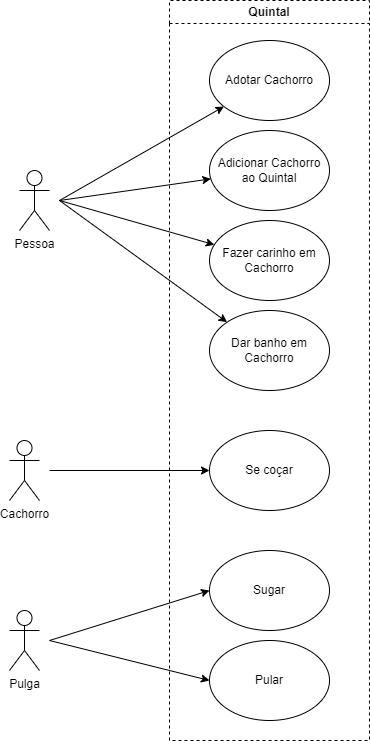
Above: Engenharia de Software/pulgas/docs/pulgas_use_cases.png in paulo-granthon/bertoti (draw.io), before the change. Source tidied: cells renumbered, new cells last; positions are measured from the earlier drawing's top-left corner, leaving out a move shared by most shapes. Source of this version:
```xml
<mxGraphModel>
  <root>
    <mxCell id="0" />
    <mxCell id="1" parent="0" />
    <mxCell id="2" value="Adotar Cachorro" style="ellipse;whiteSpace=wrap;html=1;" parent="1" vertex="1">
      <mxGeometry x="200" y="40" width="120" height="80" as="geometry" />
    </mxCell>
    <mxCell id="3" value="Adicionar Cachorro ao Quintal" style="ellipse;whiteSpace=wrap;html=1;" parent="1" vertex="1">
      <mxGeometry x="200" y="130" width="120" height="80" as="geometry" />
    </mxCell>
    <mxCell id="4" value="Fazer carinho em Cachorro" style="ellipse;whiteSpace=wrap;html=1;" parent="1" vertex="1">
      <mxGeometry x="200" y="220" width="120" height="80" as="geometry" />
    </mxCell>
    <mxCell id="5" value="Dar banho em Cachorro" style="ellipse;whiteSpace=wrap;html=1;" parent="1" vertex="1">
      <mxGeometry x="200" y="310" width="120" height="80" as="geometry" />
    </mxCell>
    <mxCell id="6" value="Se coçar" style="ellipse;whiteSpace=wrap;html=1;" parent="1" vertex="1">
      <mxGeometry x="200" y="430" width="120" height="80" as="geometry" />
    </mxCell>
    <mxCell id="7" value="Sugar" style="ellipse;whiteSpace=wrap;html=1;" parent="1" vertex="1">
      <mxGeometry x="200" y="550" width="120" height="80" as="geometry" />
    </mxCell>
    <mxCell id="8" value="Pular" style="ellipse;whiteSpace=wrap;html=1;" parent="1" vertex="1">
      <mxGeometry x="200" y="640" width="120" height="80" as="geometry" />
    </mxCell>
    <mxCell id="9" value="Pessoa" style="shape=umlActor;verticalLabelPosition=bottom;verticalAlign=top;html=1;" parent="1" vertex="1">
      <mxGeometry x="10" y="170" width="30" height="60" as="geometry" />
    </mxCell>
    <mxCell id="10" value="Cachorro" style="shape=umlActor;verticalLabelPosition=bottom;verticalAlign=top;html=1;" parent="1" vertex="1">
      <mxGeometry y="440" width="30" height="60" as="geometry" />
    </mxCell>
    <mxCell id="11" value="Pulga" style="shape=umlActor;verticalLabelPosition=bottom;verticalAlign=top;html=1;" parent="1" vertex="1">
      <mxGeometry y="610" width="30" height="60" as="geometry" />
    </mxCell>
    <mxCell id="12" style="endArrow=classic;html=1;rounded=0;entryX=0;entryY=0.5;entryDx=0;entryDy=0;" parent="1" edge="1" target="7">
      <mxGeometry relative="1" as="geometry">
        <mxPoint x="40" y="640" as="sourcePoint" />
      </mxGeometry>
    </mxCell>
    <mxCell id="13" style="endArrow=classic;html=1;rounded=0;entryX=0;entryY=0.5;entryDx=0;entryDy=0;" parent="1" edge="1" target="8">
      <mxGeometry relative="1" as="geometry">
        <mxPoint x="40" y="640" as="sourcePoint" />
      </mxGeometry>
    </mxCell>
    <mxCell id="14" style="endArrow=classic;html=1;rounded=0;" parent="1" edge="1" target="6">
      <mxGeometry relative="1" as="geometry">
        <mxPoint x="40" y="470" as="sourcePoint" />
      </mxGeometry>
    </mxCell>
    <mxCell id="15" style="endArrow=classic;html=1;rounded=0;" parent="1" edge="1" target="2">
      <mxGeometry relative="1" as="geometry">
        <mxPoint x="50" y="200" as="sourcePoint" />
      </mxGeometry>
    </mxCell>
    <mxCell id="16" style="endArrow=classic;html=1;rounded=0;" parent="1" edge="1" target="3">
      <mxGeometry relative="1" as="geometry">
        <mxPoint x="50" y="200" as="sourcePoint" />
      </mxGeometry>
    </mxCell>
    <mxCell id="17" style="endArrow=classic;html=1;rounded=0;" parent="1" edge="1" target="4">
      <mxGeometry relative="1" as="geometry">
        <mxPoint x="50" y="200" as="sourcePoint" />
      </mxGeometry>
    </mxCell>
    <mxCell id="18" style="endArrow=classic;html=1;rounded=0;entryX=0;entryY=0;entryDx=0;entryDy=0;" parent="1" edge="1" target="5">
      <mxGeometry relative="1" as="geometry">
        <mxPoint x="50" y="200" as="sourcePoint" />
      </mxGeometry>
    </mxCell>
    <mxCell id="19" value="Quintal" style="swimlane;whiteSpace=wrap;html=1;dashed=1;" parent="1" vertex="1">
      <mxGeometry x="160" width="200" height="740" as="geometry" />
    </mxCell>
  </root>
</mxGraphModel>
```
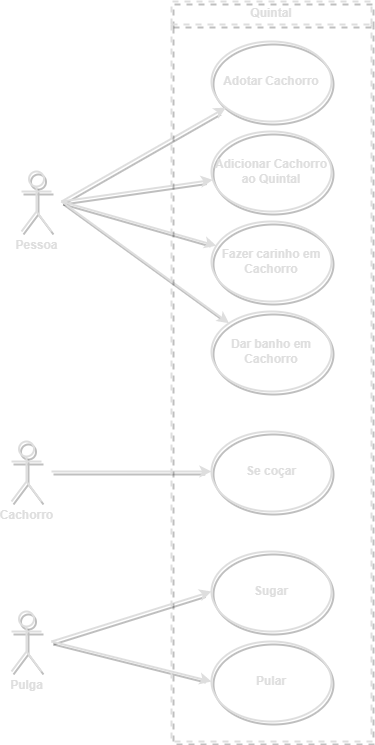
The same file after the commit.

What changed in the source:
```diff
@@ -2,72 +2,72 @@
   <root>
     <mxCell id="0" />
     <mxCell id="1" parent="0" />
-    <mxCell id="2" value="Adotar Cachorro" style="ellipse;whiteSpace=wrap;html=1;" parent="1" vertex="1">
+    <mxCell id="2" value="Adotar Cachorro" style="ellipse;whiteSpace=wrap;labelBackgroundColor=none;labelBorderColor=none;fontColor=#DEDEDE;fontStyle=1;html=1;strokeWidth=2;shadow=1;fillColor=none;strokeColor=#DEDEDE;" parent="1" vertex="1">
       <mxGeometry x="200" y="40" width="120" height="80" as="geometry" />
     </mxCell>
-    <mxCell id="3" value="Adicionar Cachorro ao Quintal" style="ellipse;whiteSpace=wrap;html=1;" parent="1" vertex="1">
+    <mxCell id="3" value="Adicionar Cachorro ao Quintal" style="ellipse;whiteSpace=wrap;labelBackgroundColor=none;labelBorderColor=none;fontColor=#DEDEDE;fontStyle=1;html=1;strokeWidth=2;shadow=1;fillColor=none;strokeColor=#DEDEDE;" parent="1" vertex="1">
       <mxGeometry x="200" y="130" width="120" height="80" as="geometry" />
     </mxCell>
-    <mxCell id="4" value="Fazer carinho em Cachorro" style="ellipse;whiteSpace=wrap;html=1;" parent="1" vertex="1">
+    <mxCell id="4" value="Fazer carinho em Cachorro" style="ellipse;whiteSpace=wrap;labelBackgroundColor=none;labelBorderColor=none;fontColor=#DEDEDE;fontStyle=1;html=1;strokeWidth=2;shadow=1;fillColor=none;strokeColor=#DEDEDE;" parent="1" vertex="1">
       <mxGeometry x="200" y="220" width="120" height="80" as="geometry" />
     </mxCell>
-    <mxCell id="5" value="Dar banho em Cachorro" style="ellipse;whiteSpace=wrap;html=1;" parent="1" vertex="1">
+    <mxCell id="5" value="Dar banho em Cachorro" style="ellipse;whiteSpace=wrap;labelBackgroundColor=none;labelBorderColor=none;fontColor=#DEDEDE;fontStyle=1;html=1;strokeWidth=2;shadow=1;fillColor=none;strokeColor=#DEDEDE;" parent="1" vertex="1">
       <mxGeometry x="200" y="310" width="120" height="80" as="geometry" />
     </mxCell>
-    <mxCell id="6" value="Se coçar" style="ellipse;whiteSpace=wrap;html=1;" parent="1" vertex="1">
+    <mxCell id="6" value="Se coçar" style="ellipse;whiteSpace=wrap;labelBackgroundColor=none;labelBorderColor=none;fontColor=#DEDEDE;fontStyle=1;html=1;strokeWidth=2;shadow=1;fillColor=none;strokeColor=#DEDEDE;" parent="1" vertex="1">
       <mxGeometry x="200" y="430" width="120" height="80" as="geometry" />
     </mxCell>
-    <mxCell id="7" value="Sugar" style="ellipse;whiteSpace=wrap;html=1;" parent="1" vertex="1">
+    <mxCell id="7" value="Sugar" style="ellipse;whiteSpace=wrap;labelBackgroundColor=none;labelBorderColor=none;fontColor=#DEDEDE;fontStyle=1;html=1;strokeWidth=2;shadow=1;fillColor=none;strokeColor=#DEDEDE;" parent="1" vertex="1">
       <mxGeometry x="200" y="550" width="120" height="80" as="geometry" />
     </mxCell>
-    <mxCell id="8" value="Pular" style="ellipse;whiteSpace=wrap;html=1;" parent="1" vertex="1">
+    <mxCell id="8" value="Pular" style="ellipse;whiteSpace=wrap;labelBackgroundColor=none;labelBorderColor=none;fontColor=#DEDEDE;fontStyle=1;html=1;strokeWidth=2;shadow=1;fillColor=none;strokeColor=#DEDEDE;" parent="1" vertex="1">
       <mxGeometry x="200" y="640" width="120" height="80" as="geometry" />
     </mxCell>
-    <mxCell id="9" value="Pessoa" style="shape=umlActor;verticalLabelPosition=bottom;verticalAlign=top;html=1;" parent="1" vertex="1">
+    <mxCell id="9" value="Pessoa" style="shape=umlActor;verticalLabelPosition=bottom;verticalAlign=top;labelBackgroundColor=none;labelBorderColor=none;fontColor=#DEDEDE;fontStyle=1;html=1;strokeWidth=2;shadow=1;fillColor=none;strokeColor=#DEDEDE;" parent="1" vertex="1">
       <mxGeometry x="10" y="170" width="30" height="60" as="geometry" />
     </mxCell>
-    <mxCell id="10" value="Cachorro" style="shape=umlActor;verticalLabelPosition=bottom;verticalAlign=top;html=1;" parent="1" vertex="1">
+    <mxCell id="10" value="Cachorro" style="shape=umlActor;verticalLabelPosition=bottom;verticalAlign=top;labelBackgroundColor=none;labelBorderColor=none;fontColor=#DEDEDE;fontStyle=1;html=1;strokeWidth=2;shadow=1;fillColor=none;strokeColor=#DEDEDE;" parent="1" vertex="1">
       <mxGeometry y="440" width="30" height="60" as="geometry" />
     </mxCell>
-    <mxCell id="11" value="Pulga" style="shape=umlActor;verticalLabelPosition=bottom;verticalAlign=top;html=1;" parent="1" vertex="1">
+    <mxCell id="11" value="Pulga" style="shape=umlActor;verticalLabelPosition=bottom;verticalAlign=top;labelBackgroundColor=none;labelBorderColor=none;fontColor=#DEDEDE;fontStyle=1;html=1;strokeWidth=2;shadow=1;fillColor=none;strokeColor=#DEDEDE;" parent="1" vertex="1">
       <mxGeometry y="610" width="30" height="60" as="geometry" />
     </mxCell>
-    <mxCell id="12" style="endArrow=classic;html=1;rounded=0;entryX=0;entryY=0.5;entryDx=0;entryDy=0;" parent="1" edge="1" target="7">
+    <mxCell id="12" style="endArrow=classic;rounded=0;entryX=0;entryY=0.5;entryDx=0;entryDy=0;labelBackgroundColor=none;labelBorderColor=none;fontColor=#DEDEDE;fontStyle=1;html=1;strokeWidth=2;shadow=1;strokeColor=#DEDEDE;" parent="1" edge="1" target="7">
       <mxGeometry relative="1" as="geometry">
         <mxPoint x="40" y="640" as="sourcePoint" />
       </mxGeometry>
     </mxCell>
-    <mxCell id="13" style="endArrow=classic;html=1;rounded=0;entryX=0;entryY=0.5;entryDx=0;entryDy=0;" parent="1" edge="1" target="8">
+    <mxCell id="13" style="endArrow=classic;rounded=0;entryX=0;entryY=0.5;entryDx=0;entryDy=0;labelBackgroundColor=none;labelBorderColor=none;fontColor=#DEDEDE;fontStyle=1;html=1;strokeWidth=2;shadow=1;strokeColor=#DEDEDE;" parent="1" edge="1" target="8">
       <mxGeometry relative="1" as="geometry">
         <mxPoint x="40" y="640" as="sourcePoint" />
       </mxGeometry>
     </mxCell>
-    <mxCell id="14" style="endArrow=classic;html=1;rounded=0;" parent="1" edge="1" target="6">
+    <mxCell id="14" style="endArrow=classic;rounded=0;labelBackgroundColor=none;labelBorderColor=none;fontColor=#DEDEDE;fontStyle=1;html=1;strokeWidth=2;shadow=1;strokeColor=#DEDEDE;" parent="1" edge="1" target="6">
       <mxGeometry relative="1" as="geometry">
         <mxPoint x="40" y="470" as="sourcePoint" />
       </mxGeometry>
     </mxCell>
-    <mxCell id="15" style="endArrow=classic;html=1;rounded=0;" parent="1" edge="1" target="2">
+    <mxCell id="15" style="endArrow=classic;rounded=0;labelBackgroundColor=none;labelBorderColor=none;fontColor=#DEDEDE;fontStyle=1;html=1;strokeWidth=2;shadow=1;strokeColor=#DEDEDE;" parent="1" edge="1" target="2">
       <mxGeometry relative="1" as="geometry">
         <mxPoint x="50" y="200" as="sourcePoint" />
       </mxGeometry>
     </mxCell>
-    <mxCell id="16" style="endArrow=classic;html=1;rounded=0;" parent="1" edge="1" target="3">
+    <mxCell id="16" style="endArrow=classic;rounded=0;labelBackgroundColor=none;labelBorderColor=none;fontColor=#DEDEDE;fontStyle=1;html=1;strokeWidth=2;shadow=1;strokeColor=#DEDEDE;" parent="1" edge="1" target="3">
       <mxGeometry relative="1" as="geometry">
         <mxPoint x="50" y="200" as="sourcePoint" />
       </mxGeometry>
     </mxCell>
-    <mxCell id="17" style="endArrow=classic;html=1;rounded=0;" parent="1" edge="1" target="4">
+    <mxCell id="17" style="endArrow=classic;rounded=0;labelBackgroundColor=none;labelBorderColor=none;fontColor=#DEDEDE;fontStyle=1;html=1;strokeWidth=2;shadow=1;strokeColor=#DEDEDE;" parent="1" edge="1" target="4">
       <mxGeometry relative="1" as="geometry">
         <mxPoint x="50" y="200" as="sourcePoint" />
       </mxGeometry>
     </mxCell>
-    <mxCell id="18" style="endArrow=classic;html=1;rounded=0;entryX=0;entryY=0;entryDx=0;entryDy=0;" parent="1" edge="1" target="5">
+    <mxCell id="18" style="endArrow=classic;rounded=0;entryX=0;entryY=0;entryDx=0;entryDy=0;labelBackgroundColor=none;labelBorderColor=none;fontColor=#DEDEDE;fontStyle=1;html=1;strokeWidth=2;shadow=1;strokeColor=#DEDEDE;" parent="1" edge="1" target="5">
       <mxGeometry relative="1" as="geometry">
         <mxPoint x="50" y="200" as="sourcePoint" />
       </mxGeometry>
     </mxCell>
-    <mxCell id="19" value="Quintal" style="swimlane;whiteSpace=wrap;html=1;dashed=1;" parent="1" vertex="1">
+    <mxCell id="19" value="Quintal" style="swimlane;whiteSpace=wrap;dashed=1;labelBackgroundColor=none;labelBorderColor=none;fontColor=#DEDEDE;fontStyle=1;html=1;strokeWidth=2;shadow=1;fillColor=none;strokeColor=#DEDEDE;" parent="1" vertex="1">
       <mxGeometry x="160" width="200" height="740" as="geometry" />
     </mxCell>
   </root>
```
